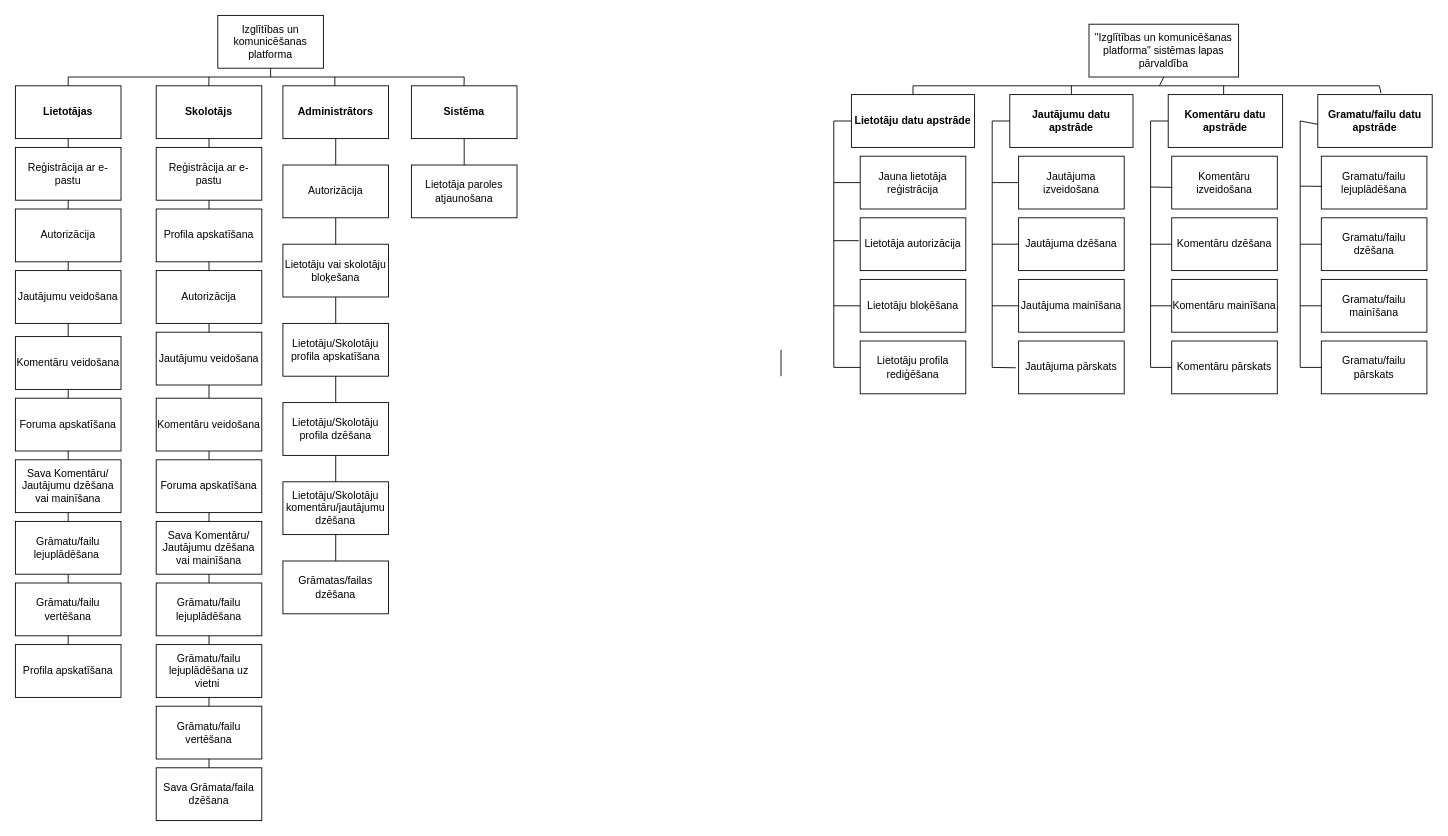
MaksimsVisockis01/diploms keeps this draw.io diagram as Sistemas_strukturas_modelis.drawio. Above is the earlier version. Source tidied: cells renumbered, new cells numbered last; positions are measured from the earlier drawing's top-left corner, leaving out a move shared by most shapes. Both pictures are drawn from the tidied source at 88%, with x=0, y=0 at pixel (15, 15).
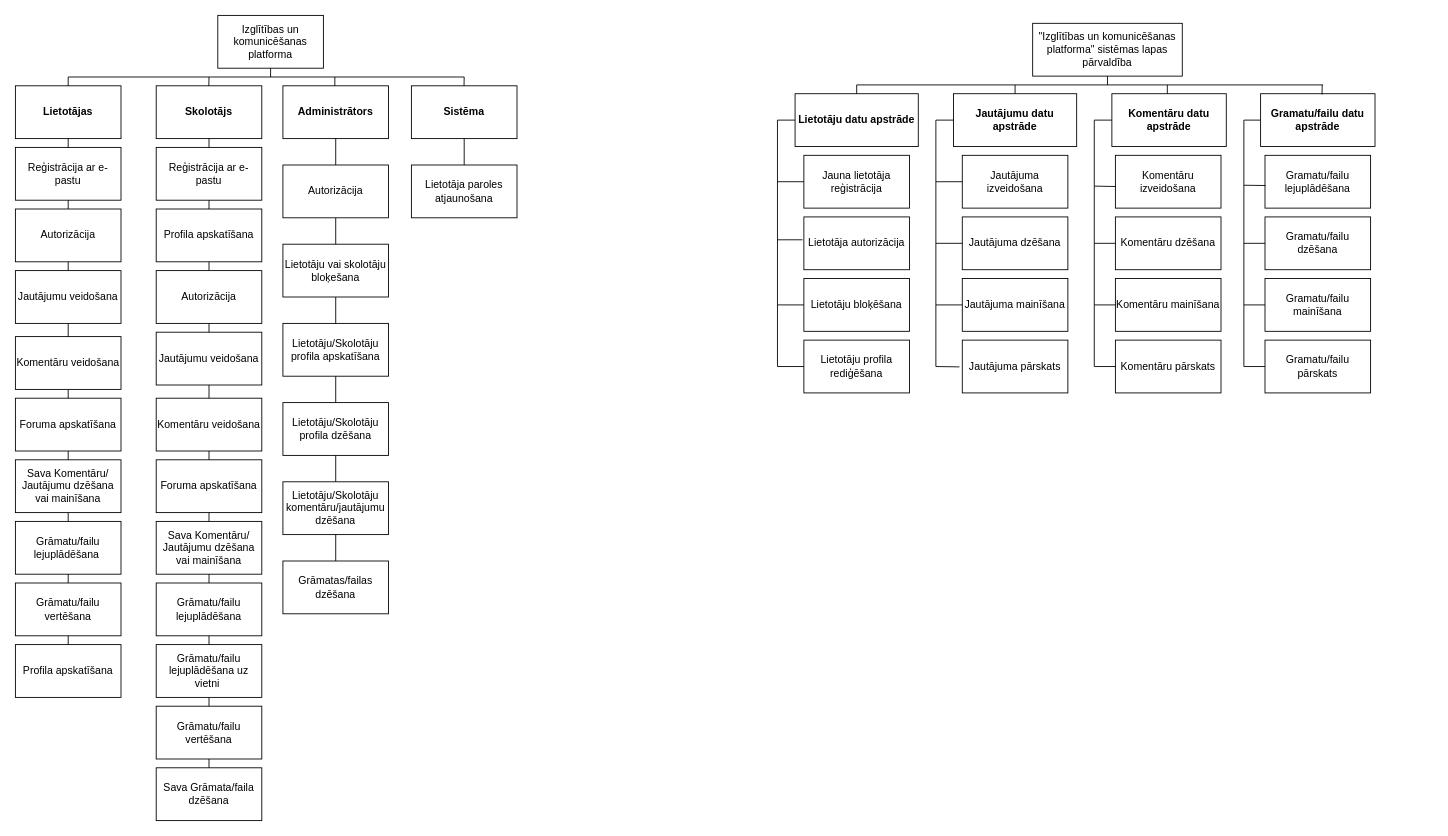
The same diagram, later.

The edit, as a diff of the source:
```diff
@@
     <mxCell id="67" value="&quot;Izglītības un komunicēšanas platforma&quot; sistēmas lapas pārvaldība" style="rounded=0;whiteSpace=wrap;html=1;" parent="1" vertex="1">
-      <mxGeometry x="1220" y="10" width="170" height="60" as="geometry" />
+      <mxGeometry x="1156" y="9" width="170" height="60" as="geometry" />
     </mxCell>
     <mxCell id="68" value="&lt;b&gt;Lietotāju datu apstrāde&lt;/b&gt;" style="rounded=0;whiteSpace=wrap;html=1;" parent="1" vertex="1">
-      <mxGeometry x="950" y="90" width="140" height="60" as="geometry" />
+      <mxGeometry x="886" y="89" width="140" height="60" as="geometry" />
     </mxCell>
     <mxCell id="69" value="&lt;b&gt;Jautājumu datu apstrāde&lt;/b&gt;" style="rounded=0;whiteSpace=wrap;html=1;" parent="1" vertex="1">
-      <mxGeometry x="1130" y="90" width="140" height="60" as="geometry" />
+      <mxGeometry x="1066" y="89" width="140" height="60" as="geometry" />
     </mxCell>
     <mxCell id="70" value="&lt;b style=&quot;border-color: var(--border-color);&quot;&gt;Komentāru datu apstrāde&lt;/b&gt;" style="rounded=0;whiteSpace=wrap;html=1;" parent="1" vertex="1">
-      <mxGeometry x="1310" y="90" width="130" height="60" as="geometry" />
+      <mxGeometry x="1246" y="89" width="130" height="60" as="geometry" />
     </mxCell>
     <mxCell id="71" style="endArrow=none;html=1;rounded=0;" parent="1" edge="1">
       <mxGeometry relative="1" as="geometry">
-        <mxPoint x="1020" y="80" as="sourcePoint" />
-        <mxPoint x="1550" y="80" as="targetPoint" />
+        <mxPoint x="956" y="79" as="sourcePoint" />
+        <mxPoint x="1486" y="79" as="targetPoint" />
       </mxGeometry>
     </mxCell>
     <mxCell id="72" value="&lt;b&gt;Gramatu/failu datu apstrāde&lt;/b&gt;" style="rounded=0;whiteSpace=wrap;html=1;" parent="1" vertex="1">
-      <mxGeometry x="1480" y="90" width="130" height="60" as="geometry" />
+      <mxGeometry x="1415" y="89" width="130" height="60" as="geometry" />
     </mxCell>
-    <mxCell id="73" style="endArrow=none;html=1;rounded=0;exitX=0.5;exitY=1;exitDx=0;exitDy=0;" parent="1" edge="1" source="67">
+    <mxCell id="73" style="endArrow=none;html=1;rounded=0;" parent="1" edge="1">
       <mxGeometry relative="1" as="geometry">
-        <mxPoint x="1300" y="80" as="targetPoint" />
+        <mxPoint x="1241" y="69" as="sourcePoint" />
+        <mxPoint x="1241" y="79" as="targetPoint" />
       </mxGeometry>
     </mxCell>
     <mxCell id="74" style="endArrow=none;html=1;rounded=0;exitX=0.5;exitY=0;exitDx=0;exitDy=0;" parent="1" edge="1" source="68">
       <mxGeometry relative="1" as="geometry">
-        <mxPoint x="1020" y="80" as="targetPoint" />
+        <mxPoint x="956" y="79" as="targetPoint" />
       </mxGeometry>
     </mxCell>
     <mxCell id="75" style="endArrow=none;html=1;rounded=0;exitX=0.5;exitY=0;exitDx=0;exitDy=0;" parent="1" edge="1">
       <mxGeometry relative="1" as="geometry">
-        <mxPoint x="1373" y="90" as="sourcePoint" />
-        <mxPoint x="1373" y="80" as="targetPoint" />
+        <mxPoint x="1309" y="89" as="sourcePoint" />
+        <mxPoint x="1309" y="79" as="targetPoint" />
       </mxGeometry>
     </mxCell>
     <mxCell id="76" style="endArrow=none;html=1;rounded=0;" parent="1" edge="1" source="69">
       <mxGeometry relative="1" as="geometry">
-        <mxPoint x="1200" y="80" as="targetPoint" />
+        <mxPoint x="1136" y="79" as="targetPoint" />
       </mxGeometry>
     </mxCell>
-    <mxCell id="77" style="endArrow=none;html=1;rounded=0;exitX=0.552;exitY=-0.027;exitDx=0;exitDy=0;exitPerimeter=0;" parent="1" edge="1" source="72">
+    <mxCell id="77" style="endArrow=none;html=1;rounded=0;exitX=0.537;exitY=0.015;exitDx=0;exitDy=0;exitPerimeter=0;" parent="1" edge="1" source="72">
       <mxGeometry relative="1" as="geometry">
-        <mxPoint x="1550" y="80" as="targetPoint" />
+        <mxPoint x="1485" y="79" as="targetPoint" />
       </mxGeometry>
     </mxCell>
     <mxCell id="78" value="Jauna lietotāja reģistrācija" style="rounded=0;whiteSpace=wrap;html=1;" parent="1" vertex="1">
-      <mxGeometry x="960" y="160" width="120" height="60" as="geometry" />
+      <mxGeometry x="896" y="159" width="120" height="60" as="geometry" />
     </mxCell>
     <mxCell id="79" value="Lietotāja autorizācija" style="rounded=0;whiteSpace=wrap;html=1;" parent="1" vertex="1">
-      <mxGeometry x="960" y="230" width="120" height="60" as="geometry" />
+      <mxGeometry x="896" y="229" width="120" height="60" as="geometry" />
     </mxCell>
     <mxCell id="80" value="Lietotāju bloķēšana" style="rounded=0;whiteSpace=wrap;html=1;" parent="1" vertex="1">
-      <mxGeometry x="960" y="300" width="120" height="60" as="geometry" />
+      <mxGeometry x="896" y="299" width="120" height="60" as="geometry" />
     </mxCell>
     <mxCell id="81" value="Lietotāju profila rediģēšana" style="rounded=0;whiteSpace=wrap;html=1;" parent="1" vertex="1">
-      <mxGeometry x="960" y="370" width="120" height="60" as="geometry" />
+      <mxGeometry x="896" y="369" width="120" height="60" as="geometry" />
     </mxCell>
     <mxCell id="82" value="Jautājuma izveidošana" style="rounded=0;whiteSpace=wrap;html=1;" parent="1" vertex="1">
-      <mxGeometry x="1140" y="160" width="120" height="60" as="geometry" />
+      <mxGeometry x="1076" y="159" width="120" height="60" as="geometry" />
     </mxCell>
     <mxCell id="83" value="Jautājuma dzēšana" style="rounded=0;whiteSpace=wrap;html=1;" parent="1" vertex="1">
-      <mxGeometry x="1140" y="230" width="120" height="60" as="geometry" />
+      <mxGeometry x="1076" y="229" width="120" height="60" as="geometry" />
     </mxCell>
     <mxCell id="84" value="Jautājuma mainīšana" style="rounded=0;whiteSpace=wrap;html=1;" parent="1" vertex="1">
-      <mxGeometry x="1140" y="300" width="120" height="60" as="geometry" />
+      <mxGeometry x="1076" y="299" width="120" height="60" as="geometry" />
     </mxCell>
     <mxCell id="85" value="Jautājuma pārskats" style="rounded=0;whiteSpace=wrap;html=1;" parent="1" vertex="1">
-      <mxGeometry x="1140" y="370" width="120" height="60" as="geometry" />
+      <mxGeometry x="1076" y="369" width="120" height="60" as="geometry" />
     </mxCell>
     <mxCell id="86" value="Komentāru izveidošana" style="rounded=0;whiteSpace=wrap;html=1;" parent="1" vertex="1">
-      <mxGeometry x="1314" y="160" width="120" height="60" as="geometry" />
+      <mxGeometry x="1250" y="159" width="120" height="60" as="geometry" />
     </mxCell>
     <mxCell id="87" value="Komentāru dzēšana" style="rounded=0;whiteSpace=wrap;html=1;" parent="1" vertex="1">
-      <mxGeometry x="1314" y="230" width="120" height="60" as="geometry" />
+      <mxGeometry x="1250" y="229" width="120" height="60" as="geometry" />
     </mxCell>
     <mxCell id="88" value="Komentāru mainīšana" style="rounded=0;whiteSpace=wrap;html=1;" parent="1" vertex="1">
-      <mxGeometry x="1314" y="300" width="120" height="60" as="geometry" />
+      <mxGeometry x="1250" y="299" width="120" height="60" as="geometry" />
     </mxCell>
     <mxCell id="89" value="Komentāru pārskats" style="rounded=0;whiteSpace=wrap;html=1;" parent="1" vertex="1">
-      <mxGeometry x="1314" y="370" width="120" height="60" as="geometry" />
+      <mxGeometry x="1250" y="369" width="120" height="60" as="geometry" />
     </mxCell>
     <mxCell id="90" value="Gramatu/failu lejuplādēšana" style="rounded=0;whiteSpace=wrap;html=1;" parent="1" vertex="1">
-      <mxGeometry x="1484" y="160" width="120" height="60" as="geometry" />
+      <mxGeometry x="1420" y="159" width="120" height="60" as="geometry" />
     </mxCell>
     <mxCell id="91" value="Gramatu/failu dzēšana" style="rounded=0;whiteSpace=wrap;html=1;" parent="1" vertex="1">
-      <mxGeometry x="1484" y="230" width="120" height="60" as="geometry" />
+      <mxGeometry x="1420" y="229" width="120" height="60" as="geometry" />
     </mxCell>
     <mxCell id="92" value="Gramatu/failu mainīšana" style="rounded=0;whiteSpace=wrap;html=1;" parent="1" vertex="1">
-      <mxGeometry x="1484" y="300" width="120" height="60" as="geometry" />
+      <mxGeometry x="1420" y="299" width="120" height="60" as="geometry" />
     </mxCell>
     <mxCell id="93" value="Gramatu/failu pārskats" style="rounded=0;whiteSpace=wrap;html=1;" parent="1" vertex="1">
-      <mxGeometry x="1484" y="370" width="120" height="60" as="geometry" />
+      <mxGeometry x="1420" y="369" width="120" height="60" as="geometry" />
     </mxCell>
     <mxCell id="94" style="endArrow=none;html=1;rounded=0;" parent="1" edge="1">
       <mxGeometry relative="1" as="geometry">
-        <mxPoint x="930" y="120" as="sourcePoint" />
-        <mxPoint x="930" y="400" as="targetPoint" />
+        <mxPoint x="866" y="119" as="sourcePoint" />
+        <mxPoint x="866" y="399" as="targetPoint" />
       </mxGeometry>
     </mxCell>
     <mxCell id="95" style="endArrow=none;html=1;rounded=0;" parent="1" edge="1">
       <mxGeometry relative="1" as="geometry">
-        <mxPoint x="1110" y="120" as="sourcePoint" />
-        <mxPoint x="1110" y="400" as="targetPoint" />
+        <mxPoint x="1046" y="119" as="sourcePoint" />
+        <mxPoint x="1046" y="399" as="targetPoint" />
       </mxGeometry>
     </mxCell>
     <mxCell id="96" style="endArrow=none;html=1;rounded=0;" parent="1" edge="1">
       <mxGeometry relative="1" as="geometry">
-        <mxPoint x="1290" y="120" as="sourcePoint" />
-        <mxPoint x="1290" y="400" as="targetPoint" />
+        <mxPoint x="1226" y="119" as="sourcePoint" />
+        <mxPoint x="1226" y="399" as="targetPoint" />
       </mxGeometry>
     </mxCell>
     <mxCell id="97" style="endArrow=none;html=1;rounded=0;" parent="1" edge="1">
       <mxGeometry relative="1" as="geometry">
-        <mxPoint x="1460" y="120" as="sourcePoint" />
-        <mxPoint x="1460" y="400" as="targetPoint" />
+        <mxPoint x="1396" y="119" as="sourcePoint" />
+        <mxPoint x="1396" y="399" as="targetPoint" />
       </mxGeometry>
     </mxCell>
-    <mxCell id="98" style="endArrow=none;html=1;rounded=0;" parent="1" edge="1">
-      <mxGeometry relative="1" as="geometry">
-        <mxPoint x="870" y="380" as="sourcePoint" />
-        <mxPoint x="870" y="410" as="targetPoint" />
-      </mxGeometry>
-    </mxCell>
     <mxCell id="99" style="endArrow=none;html=1;rounded=0;entryX=0;entryY=0.5;entryDx=0;entryDy=0;" parent="1" edge="1" target="68">
       <mxGeometry relative="1" as="geometry">
-        <mxPoint x="930" y="120" as="sourcePoint" />
+        <mxPoint x="866" y="119" as="sourcePoint" />
       </mxGeometry>
     </mxCell>
     <mxCell id="100" style="endArrow=none;html=1;rounded=0;entryX=0;entryY=0.5;entryDx=0;entryDy=0;" parent="1" edge="1" target="78">
       <mxGeometry relative="1" as="geometry">
-        <mxPoint x="930" y="190" as="sourcePoint" />
+        <mxPoint x="866" y="189" as="sourcePoint" />
       </mxGeometry>
     </mxCell>
     <mxCell id="101" style="endArrow=none;html=1;rounded=0;entryX=-0.013;entryY=0.433;entryDx=0;entryDy=0;entryPerimeter=0;" parent="1" edge="1" target="79">
       <mxGeometry relative="1" as="geometry">
-        <mxPoint x="930" y="256" as="sourcePoint" />
+        <mxPoint x="866" y="255" as="sourcePoint" />
       </mxGeometry>
     </mxCell>
     <mxCell id="102" style="endArrow=none;html=1;rounded=0;entryX=0;entryY=0.5;entryDx=0;entryDy=0;" parent="1" edge="1" target="80">
       <mxGeometry relative="1" as="geometry">
-        <mxPoint x="930" y="330" as="sourcePoint" />
+        <mxPoint x="866" y="329" as="sourcePoint" />
       </mxGeometry>
     </mxCell>
     <mxCell id="103" style="endArrow=none;html=1;rounded=0;entryX=0;entryY=0.5;entryDx=0;entryDy=0;" parent="1" edge="1" target="81">
       <mxGeometry relative="1" as="geometry">
-        <mxPoint x="930" y="400" as="sourcePoint" />
+        <mxPoint x="866" y="399" as="sourcePoint" />
       </mxGeometry>
     </mxCell>
     <mxCell id="104" style="endArrow=none;html=1;rounded=0;entryX=-0.027;entryY=0.507;entryDx=0;entryDy=0;entryPerimeter=0;" parent="1" edge="1" target="85">
       <mxGeometry relative="1" as="geometry">
-        <mxPoint x="1110" y="400" as="sourcePoint" />
+        <mxPoint x="1046" y="399" as="sourcePoint" />
       </mxGeometry>
     </mxCell>
     <mxCell id="105" style="endArrow=none;html=1;rounded=0;entryX=0;entryY=0.5;entryDx=0;entryDy=0;" parent="1" edge="1" target="84">
       <mxGeometry relative="1" as="geometry">
-        <mxPoint x="1110" y="330" as="sourcePoint" />
+        <mxPoint x="1046" y="329" as="sourcePoint" />
       </mxGeometry>
     </mxCell>
     <mxCell id="106" style="endArrow=none;html=1;rounded=0;entryX=0;entryY=0.5;entryDx=0;entryDy=0;" parent="1" edge="1" target="83">
       <mxGeometry relative="1" as="geometry">
-        <mxPoint x="1110" y="260" as="sourcePoint" />
+        <mxPoint x="1046" y="259" as="sourcePoint" />
       </mxGeometry>
     </mxCell>
     <mxCell id="107" style="endArrow=none;html=1;rounded=0;entryX=0;entryY=0.5;entryDx=0;entryDy=0;" parent="1" edge="1" target="82">
       <mxGeometry relative="1" as="geometry">
-        <mxPoint x="1110" y="190" as="sourcePoint" />
+        <mxPoint x="1046" y="189" as="sourcePoint" />
       </mxGeometry>
     </mxCell>
     <mxCell id="108" style="endArrow=none;html=1;rounded=0;entryX=0;entryY=0.5;entryDx=0;entryDy=0;" parent="1" edge="1" target="69">
       <mxGeometry relative="1" as="geometry">
-        <mxPoint x="1110" y="120" as="sourcePoint" />
+        <mxPoint x="1046" y="119" as="sourcePoint" />
       </mxGeometry>
     </mxCell>
     <mxCell id="109" style="endArrow=none;html=1;rounded=0;entryX=0;entryY=0.5;entryDx=0;entryDy=0;" parent="1" edge="1" target="70">
       <mxGeometry relative="1" as="geometry">
-        <mxPoint x="1290" y="120" as="sourcePoint" />
+        <mxPoint x="1226" y="119" as="sourcePoint" />
       </mxGeometry>
     </mxCell>
     <mxCell id="110" style="endArrow=none;html=1;rounded=0;entryX=0.005;entryY=0.591;entryDx=0;entryDy=0;entryPerimeter=0;" parent="1" edge="1" target="86">
       <mxGeometry relative="1" as="geometry">
-        <mxPoint x="1290" y="195" as="sourcePoint" />
+        <mxPoint x="1226" y="194" as="sourcePoint" />
       </mxGeometry>
     </mxCell>
     <mxCell id="111" style="endArrow=none;html=1;rounded=0;entryX=0;entryY=0.5;entryDx=0;entryDy=0;" parent="1" edge="1" target="87">
       <mxGeometry relative="1" as="geometry">
-        <mxPoint x="1290" y="260" as="sourcePoint" />
+        <mxPoint x="1226" y="259" as="sourcePoint" />
       </mxGeometry>
     </mxCell>
     <mxCell id="112" style="endArrow=none;html=1;rounded=0;entryX=0;entryY=0.5;entryDx=0;entryDy=0;" parent="1" edge="1" target="88">
       <mxGeometry relative="1" as="geometry">
-        <mxPoint x="1290" y="330" as="sourcePoint" />
+        <mxPoint x="1226" y="329" as="sourcePoint" />
       </mxGeometry>
     </mxCell>
     <mxCell id="113" style="endArrow=none;html=1;rounded=0;entryX=0;entryY=0.5;entryDx=0;entryDy=0;" parent="1" edge="1" target="89">
       <mxGeometry relative="1" as="geometry">
-        <mxPoint x="1290" y="400" as="sourcePoint" />
+        <mxPoint x="1226" y="399" as="sourcePoint" />
       </mxGeometry>
     </mxCell>
     <mxCell id="114" style="endArrow=none;html=1;rounded=0;entryX=0;entryY=0.5;entryDx=0;entryDy=0;" parent="1" edge="1" target="93">
       <mxGeometry relative="1" as="geometry">
-        <mxPoint x="1460" y="400" as="sourcePoint" />
+        <mxPoint x="1396" y="399" as="sourcePoint" />
       </mxGeometry>
     </mxCell>
     <mxCell id="115" style="endArrow=none;html=1;rounded=0;entryX=0;entryY=0.5;entryDx=0;entryDy=0;" parent="1" edge="1" target="92">
       <mxGeometry relative="1" as="geometry">
-        <mxPoint x="1460" y="330" as="sourcePoint" />
+        <mxPoint x="1396" y="329" as="sourcePoint" />
       </mxGeometry>
     </mxCell>
     <mxCell id="116" style="endArrow=none;html=1;rounded=0;entryX=0;entryY=0.5;entryDx=0;entryDy=0;" parent="1" edge="1" target="91">
       <mxGeometry relative="1" as="geometry">
-        <mxPoint x="1460" y="260" as="sourcePoint" />
+        <mxPoint x="1396" y="259" as="sourcePoint" />
       </mxGeometry>
     </mxCell>
     <mxCell id="117" style="endArrow=none;html=1;rounded=0;entryX=0.005;entryY=0.572;entryDx=0;entryDy=0;entryPerimeter=0;" parent="1" edge="1" target="90">
       <mxGeometry relative="1" as="geometry">
-        <mxPoint x="1460" y="194" as="sourcePoint" />
+        <mxPoint x="1396" y="193" as="sourcePoint" />
       </mxGeometry>
     </mxCell>
-    <mxCell id="118" style="endArrow=none;html=1;rounded=0;entryX=0.001;entryY=0.563;entryDx=0;entryDy=0;entryPerimeter=0;" parent="1" edge="1" target="72">
+    <mxCell id="118" style="endArrow=none;html=1;rounded=0;entryX=0;entryY=0.5;entryDx=0;entryDy=0;" parent="1" edge="1" target="72">
       <mxGeometry relative="1" as="geometry">
-        <mxPoint x="1460" y="120" as="sourcePoint" />
+        <mxPoint x="1396" y="119" as="sourcePoint" />
       </mxGeometry>
     </mxCell>
```
